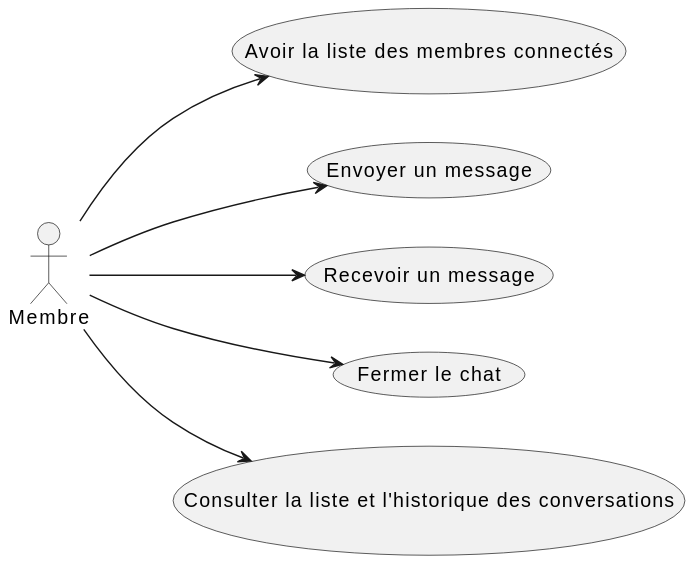
Above: docs/usecase.svg in samuelroland/poneytoponey (PlantUML), before the change.
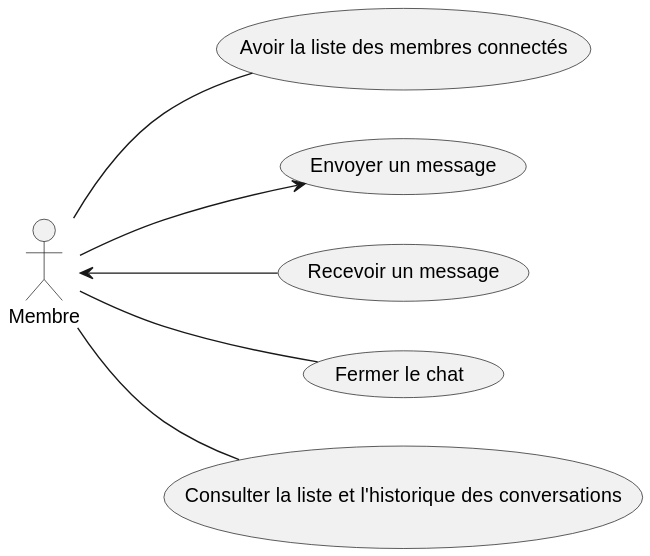
Later version of the same file.

Commit message:
usecase diagram

What changed in the source:
```diff
@@ -6,9 +6,9 @@
   usecase "Recevoir un message" as UC3
   usecase "Fermer le chat" as UC4
   usecase "Consulter la liste et l'historique des conversations" as UC5
-g --> UC1
+g -- UC1
 g --> UC2
-g --> UC3
-g --> UC4
-g --> UC5
+g <-- UC3
+g -- UC4
+g -- UC5
 @enduml
```
